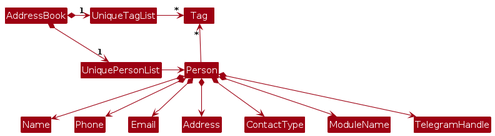
The PlantUML diagram diagrams/BetterModelClassDiagram.png in SlothyCat/tp, before a commit. Its source is kept beside it as diagrams/BetterModelClassDiagram.puml.
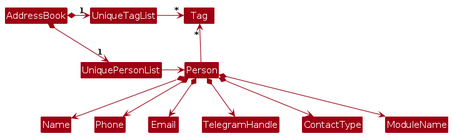
After the change.

Diff of the diagram source:
```diff
@@ -17,8 +17,7 @@
 Person *--> Name
 Person *--> Phone
 Person *--> Email
-Person *--> Address
+Person *--> TelegramHandle
 Person *--> ContactType
 Person *--> ModuleName
-Person *--> TelegramHandle
 @enduml
```
